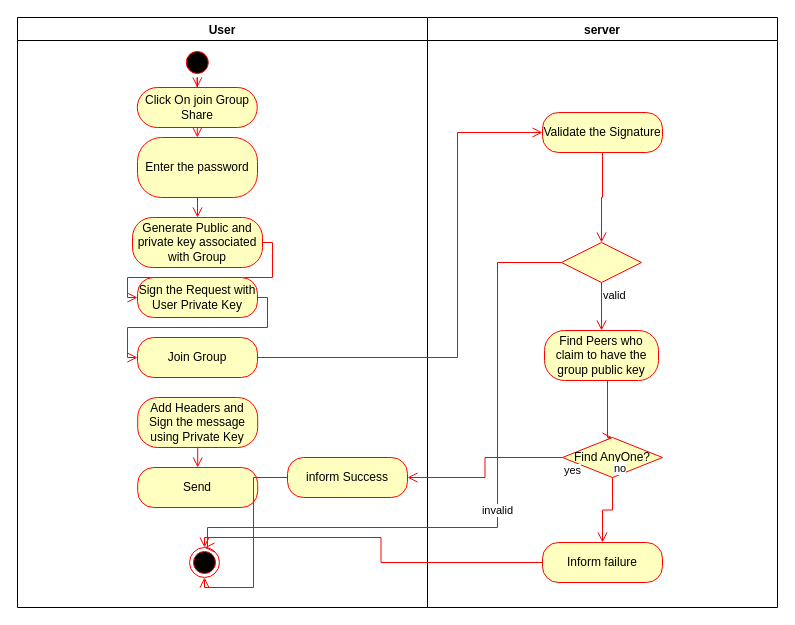
FatemehKhalili/SafeDrive keeps this draw.io diagram as Activity_Diagram/JoinShareGroup.drawio. Above is the earlier version. Source tidied: cells renumbered, new cells numbered last; positions are measured from the earlier drawing's top-left corner, leaving out a move shared by most shapes. Both pictures are drawn from the tidied source at 100%, with x=0, y=0 at pixel (17, 17).
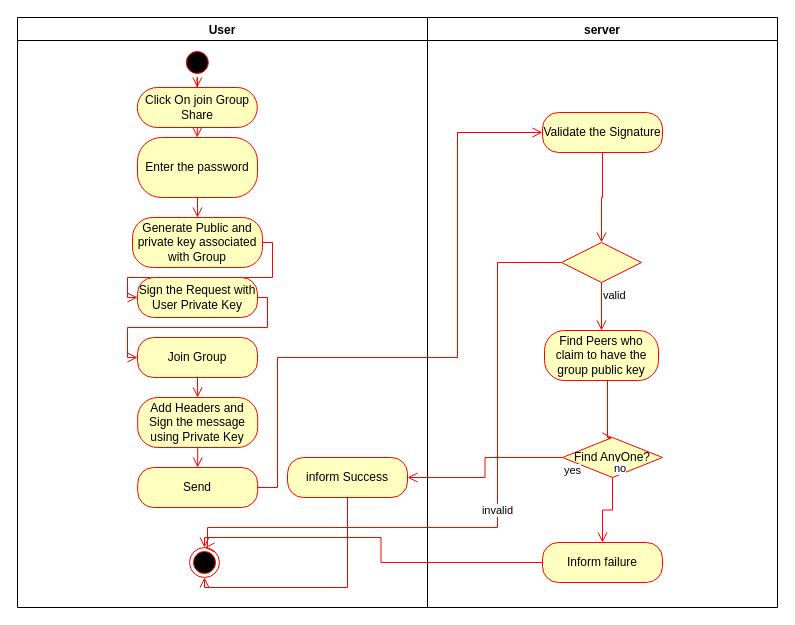
After the change.

The change refers to these unchanged cells:
```xml
<mxCell id="2" value="User" style="swimlane;" parent="1" vertex="1">
  <mxGeometry width="410" height="590" as="geometry" />
</mxCell>
<mxCell id="13" value="Add Headers and Sign the message using Private Key" style="rounded=1;whiteSpace=wrap;html=1;arcSize=40;fontColor=#000000;fillColor=#ffffc0;strokeColor=#ff0000;" parent="2" vertex="1">
  <mxGeometry x="120.2" y="380" width="120" height="50" as="geometry" />
</mxCell>
<mxCell id="14" value="Join Group" style="rounded=1;whiteSpace=wrap;html=1;arcSize=40;fontColor=#000000;fillColor=#ffffc0;strokeColor=#ff0000;" parent="2" vertex="1">
  <mxGeometry x="120" y="320" width="120" height="40" as="geometry" />
</mxCell>
<mxCell id="15" value="Send" style="rounded=1;whiteSpace=wrap;html=1;arcSize=40;fontColor=#000000;fillColor=#ffffc0;strokeColor=#ff0000;" parent="2" vertex="1">
  <mxGeometry x="120.2" y="450" width="120" height="40" as="geometry" />
</mxCell>
<mxCell id="17" style="ellipse;html=1;shape=endState;fillColor=#000000;strokeColor=#ff0000;" parent="2" vertex="1">
  <mxGeometry x="172" y="530" width="30" height="30" as="geometry" />
</mxCell>
<mxCell id="18" value="inform Success" style="rounded=1;whiteSpace=wrap;html=1;arcSize=40;fontColor=#000000;fillColor=#ffffc0;strokeColor=#ff0000;" parent="2" vertex="1">
  <mxGeometry x="270" y="440" width="120" height="40" as="geometry" />
</mxCell>
<mxCell id="21" value="Validate the Signature" style="rounded=1;whiteSpace=wrap;html=1;arcSize=40;fontColor=#000000;fillColor=#ffffc0;strokeColor=#ff0000;" parent="20" vertex="1">
  <mxGeometry x="115" y="95" width="120" height="40" as="geometry" />
</mxCell>
```

What changed in the source:
```diff
@@
+    <mxCell id="34" style="edgeStyle=orthogonalEdgeStyle;html=1;verticalAlign=bottom;endArrow=open;endSize=8;strokeColor=#ff0000;rounded=0;entryX=0.5;entryY=0;entryDx=0;entryDy=0;exitX=0.5;exitY=1;exitDx=0;exitDy=0;" parent="2" edge="1" source="14" target="13">
+      <mxGeometry relative="1" as="geometry" />
+    </mxCell>
@@
     <mxCell id="19" style="edgeStyle=orthogonalEdgeStyle;html=1;verticalAlign=bottom;endArrow=open;endSize=8;strokeColor=#ff0000;rounded=0;entryX=0.5;entryY=1;entryDx=0;entryDy=0;" parent="2" edge="1" source="18" target="17">
-      <mxGeometry relative="1" as="geometry" />
+      <mxGeometry relative="1" as="geometry">
+        <Array as="points">
+          <mxPoint x="330" y="570" />
+          <mxPoint x="187" y="570" />
+        </Array>
+      </mxGeometry>
     </mxCell>
@@
-    <mxCell id="32" style="edgeStyle=orthogonalEdgeStyle;html=1;verticalAlign=bottom;endArrow=open;endSize=8;strokeColor=#ff0000;rounded=0;entryX=0;entryY=0.5;entryDx=0;entryDy=0;" parent="1" edge="1" source="14" target="21">
+    <mxCell id="32" style="edgeStyle=orthogonalEdgeStyle;html=1;verticalAlign=bottom;endArrow=open;endSize=8;strokeColor=#ff0000;rounded=0;entryX=0;entryY=0.5;entryDx=0;entryDy=0;exitX=1;exitY=0.5;exitDx=0;exitDy=0;" parent="1" edge="1" source="15" target="21">
       <mxGeometry relative="1" as="geometry">
         <Array as="points">
+          <mxPoint x="260" y="470" />
+          <mxPoint x="260" y="340" />
           <mxPoint x="440" y="340" />
           <mxPoint x="440" y="115" />
         </Array>
       </mxGeometry>
     </mxCell>
```
